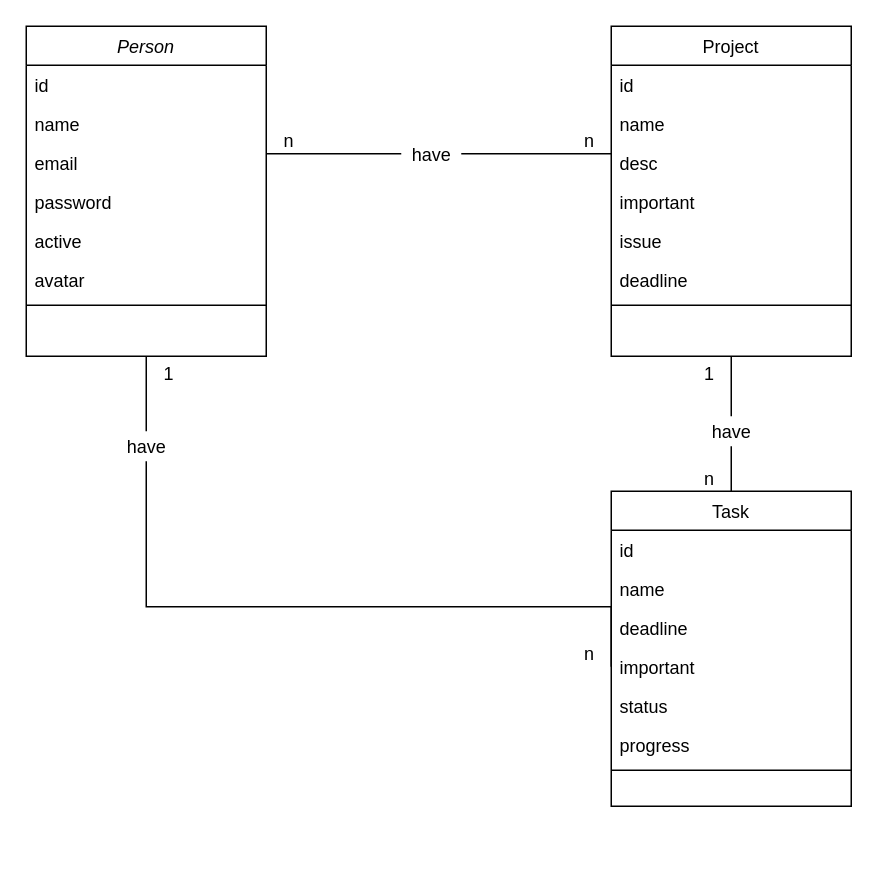
Before: Dia_Chart/Class__TodoList.drawio in jinadrian99/TodoList, a draw.io diagram. Source tidied: cells renumbered, new cells numbered last; positions are measured from the earlier drawing's top-left corner, leaving out a move shared by most shapes. Both pictures are drawn from the tidied source at 150%, with x=0, y=0 at pixel (26, 26).
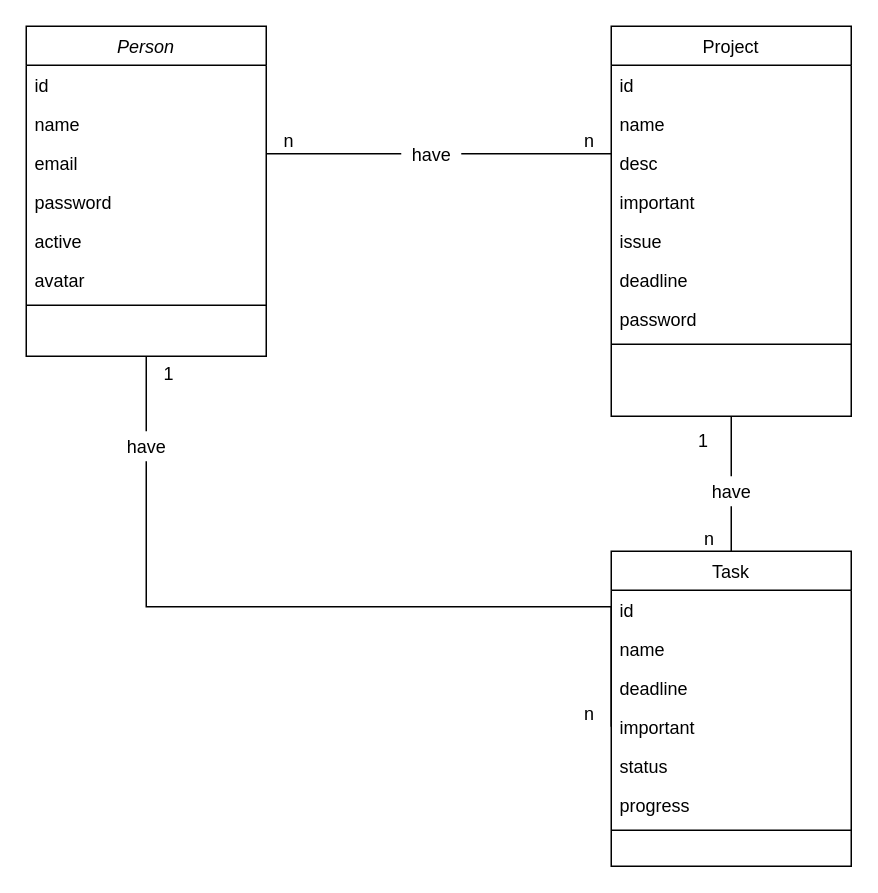
Above is the later version.

The edit, as a diff of the source:
```diff
@@
     <mxCell id="10" value="Project" style="swimlane;fontStyle=0;align=center;verticalAlign=top;horizontal=1;startSize=26;rounded=0;shadow=0;strokeWidth=1;" parent="1" vertex="1">
-      <mxGeometry x="390" width="160" height="220" as="geometry" />
+      <mxGeometry x="390" width="160" height="260" as="geometry" />
     </mxCell>
@@
+    <mxCell id="41" value="password" style="text;align=left;verticalAlign=top;spacingLeft=4;spacingRight=4;overflow=hidden;rounded=0;shadow=0;html=0;" parent="10" vertex="1">
+      <mxGeometry y="182" width="160" height="26" as="geometry" />
+    </mxCell>
     <mxCell id="17" style="line;html=1;strokeWidth=1;align=left;verticalAlign=middle;spacingTop=-1;spacingLeft=3;spacingRight=3;labelPosition=right;" parent="10" vertex="1">
-      <mxGeometry y="182" width="160" height="8" as="geometry" />
+      <mxGeometry y="208" width="160" height="8" as="geometry" />
     </mxCell>
@@
     <mxCell id="23" value="Task" style="swimlane;fontStyle=0;align=center;verticalAlign=top;horizontal=1;startSize=26;rounded=0;shadow=0;strokeWidth=1;" parent="1" vertex="1">
-      <mxGeometry x="390" y="310" width="160" height="210" as="geometry" />
+      <mxGeometry x="390" y="350" width="160" height="210" as="geometry" />
     </mxCell>
@@
     <mxCell id="38" value="&lt;div&gt;have&lt;/div&gt;" style="text;html=1;align=center;verticalAlign=bottom;points=[];strokeColor=none;fillColor=none;" parent="1" vertex="1">
-      <mxGeometry x="450" y="260" width="40" height="20" as="geometry" />
+      <mxGeometry x="450" y="300" width="40" height="20" as="geometry" />
     </mxCell>
@@
     <mxCell id="40" value="1" style="align=right;verticalAlign=bottom;labelBackgroundColor=none;fontSize=12;" parent="1" vertex="1">
-      <mxGeometry x="460" y="240" as="geometry" />
+      <mxGeometry x="450" y="290" as="geometry">
+        <mxPoint x="6" y="-5" as="offset" />
+      </mxGeometry>
     </mxCell>
```
